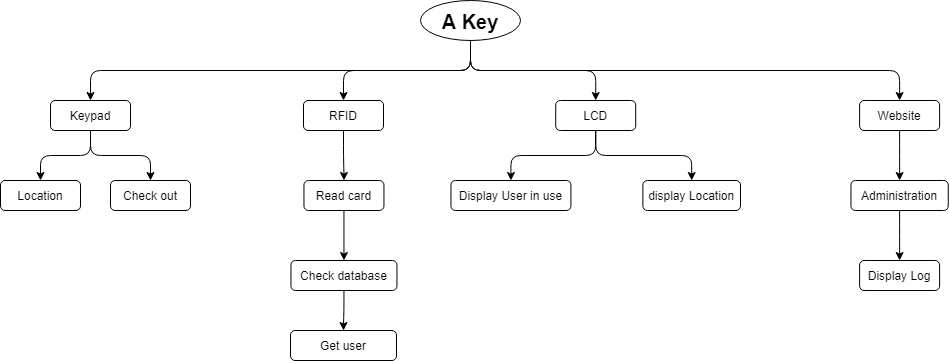
The draw.io diagram AKeyHipo.png in 0code1/CardReader, before a commit. Source tidied: cells renumbered, new cells last; positions are measured from the earlier drawing's top-left corner, leaving out a move shared by most shapes. Its diagram source:
```xml
<mxGraphModel>
  <root>
    <mxCell id="0" />
    <mxCell id="1" parent="0" />
    <mxCell id="2" value="A Key" style="ellipse;fontSize=20;fontStyle=1;" parent="1" vertex="1">
      <mxGeometry x="420" width="100" height="40" as="geometry" />
    </mxCell>
    <mxCell id="3" value="LCD" style="rounded=1;" parent="1" vertex="1">
      <mxGeometry x="555.2" y="100" width="80" height="30" as="geometry" />
    </mxCell>
    <mxCell id="4" style="edgeStyle=elbowEdgeStyle;elbow=vertical;exitX=0.5;exitY=1;exitDx=0;exitDy=0;" parent="1" edge="1" source="2" target="3">
      <mxGeometry relative="1" as="geometry" />
    </mxCell>
    <mxCell id="5" value="Display User in use" style="rounded=1;" parent="1" vertex="1">
      <mxGeometry x="450.5" y="180" width="120" height="30" as="geometry" />
    </mxCell>
    <mxCell id="6" style="edgeStyle=elbowEdgeStyle;elbow=vertical;" parent="1" edge="1" source="3" target="5">
      <mxGeometry relative="1" as="geometry" />
    </mxCell>
    <mxCell id="7" value="Keypad" style="rounded=1;" parent="1" vertex="1">
      <mxGeometry x="50" y="100" width="80" height="30" as="geometry" />
    </mxCell>
    <mxCell id="8" style="edgeStyle=elbowEdgeStyle;elbow=vertical;exitX=0.5;exitY=1;exitDx=0;exitDy=0;" parent="1" edge="1" source="2" target="7">
      <mxGeometry relative="1" as="geometry" />
    </mxCell>
    <mxCell id="9" value="RFID" style="rounded=1;" parent="1" vertex="1">
      <mxGeometry x="303" y="100" width="80" height="30" as="geometry" />
    </mxCell>
    <mxCell id="10" style="edgeStyle=elbowEdgeStyle;elbow=vertical;exitX=0.5;exitY=1;exitDx=0;exitDy=0;" parent="1" edge="1" source="2" target="9">
      <mxGeometry relative="1" as="geometry" />
    </mxCell>
    <mxCell id="11" value="display Location" style="rounded=1;" parent="1" vertex="1">
      <mxGeometry x="642.4" y="180" width="97.6" height="30" as="geometry" />
    </mxCell>
    <mxCell id="12" style="edgeStyle=elbowEdgeStyle;elbow=vertical;" parent="1" edge="1" source="3" target="11">
      <mxGeometry relative="1" as="geometry" />
    </mxCell>
    <mxCell id="13" value="Location" style="rounded=1;" parent="1" vertex="1">
      <mxGeometry y="180" width="80" height="30" as="geometry" />
    </mxCell>
    <mxCell id="14" style="edgeStyle=elbowEdgeStyle;elbow=vertical;entryX=0.5;entryY=0;entryDx=0;entryDy=0;" parent="1" edge="1" source="7" target="13">
      <mxGeometry relative="1" as="geometry" />
    </mxCell>
    <mxCell id="15" value="Check out" style="rounded=1;" parent="1" vertex="1">
      <mxGeometry x="110" y="180" width="80" height="30" as="geometry" />
    </mxCell>
    <mxCell id="16" style="edgeStyle=elbowEdgeStyle;elbow=vertical;" parent="1" edge="1" source="7" target="15">
      <mxGeometry relative="1" as="geometry" />
    </mxCell>
    <mxCell id="17" value="Read card" style="rounded=1;" parent="1" vertex="1">
      <mxGeometry x="303.5" y="180" width="80" height="30" as="geometry" />
    </mxCell>
    <mxCell id="18" style="edgeStyle=elbowEdgeStyle;elbow=vertical;exitX=0.5;exitY=1;exitDx=0;exitDy=0;" parent="1" edge="1" source="9" target="17">
      <mxGeometry relative="1" as="geometry" />
    </mxCell>
    <mxCell id="19" value="Check database" style="rounded=1;" parent="1" vertex="1">
      <mxGeometry x="290.5" y="260" width="106" height="30" as="geometry" />
    </mxCell>
    <mxCell id="20" style="edgeStyle=elbowEdgeStyle;elbow=vertical;exitX=0.5;exitY=1;exitDx=0;exitDy=0;" parent="1" edge="1" source="17" target="19">
      <mxGeometry relative="1" as="geometry" />
    </mxCell>
    <mxCell id="21" value="Website" style="rounded=1;" parent="1" vertex="1">
      <mxGeometry x="859.1" y="100" width="80" height="30" as="geometry" />
    </mxCell>
    <mxCell id="22" style="edgeStyle=elbowEdgeStyle;elbow=vertical;exitX=0.5;exitY=1;exitDx=0;exitDy=0;" parent="1" edge="1" source="2" target="21">
      <mxGeometry relative="1" as="geometry" />
    </mxCell>
    <mxCell id="23" value="Administration" style="rounded=1;" parent="1" vertex="1">
      <mxGeometry x="850.5" y="180" width="97.3" height="30" as="geometry" />
    </mxCell>
    <mxCell id="24" style="edgeStyle=elbowEdgeStyle;elbow=vertical;" parent="1" edge="1" source="21" target="23">
      <mxGeometry relative="1" as="geometry" />
    </mxCell>
    <mxCell id="25" value="Display Log" style="rounded=1;" parent="1" vertex="1">
      <mxGeometry x="859.1" y="260" width="80" height="30" as="geometry" />
    </mxCell>
    <mxCell id="26" style="edgeStyle=elbowEdgeStyle;elbow=vertical;exitX=0.5;exitY=1;exitDx=0;exitDy=0;" parent="1" edge="1" source="23" target="25">
      <mxGeometry relative="1" as="geometry" />
    </mxCell>
    <mxCell id="27" value="Get user" style="rounded=1;" parent="1" vertex="1">
      <mxGeometry x="290" y="330" width="106" height="30" as="geometry" />
    </mxCell>
    <mxCell id="28" style="edgeStyle=elbowEdgeStyle;elbow=vertical;exitX=0.5;exitY=1;exitDx=0;exitDy=0;" parent="1" edge="1" source="19" target="27">
      <mxGeometry relative="1" as="geometry" />
    </mxCell>
  </root>
</mxGraphModel>
```
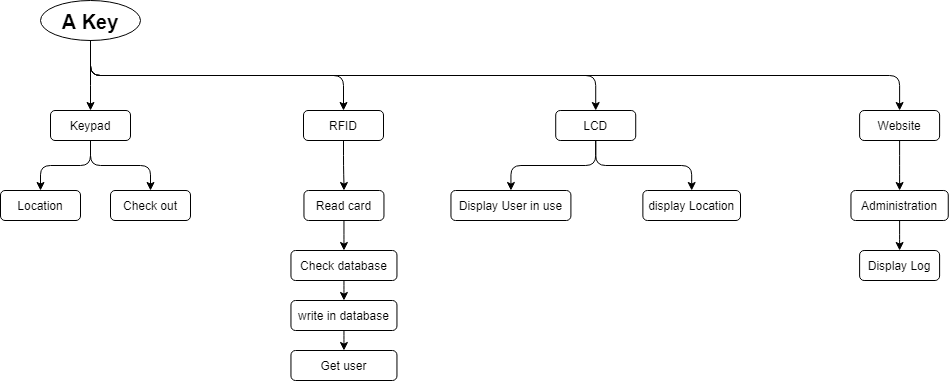
The same diagram one commit later.

The edit, as a diff of the source:
```diff
@@ -3,7 +3,7 @@
     <mxCell id="0" />
     <mxCell id="1" parent="0" />
     <mxCell id="2" value="A Key" style="ellipse;fontSize=20;fontStyle=1;" parent="1" vertex="1">
-      <mxGeometry x="420" width="100" height="40" as="geometry" />
+      <mxGeometry x="40" y="-10" width="100" height="40" as="geometry" />
     </mxCell>
     <mxCell id="3" value="LCD" style="rounded=1;" parent="1" vertex="1">
       <mxGeometry x="555.2" y="100" width="80" height="30" as="geometry" />
@@ -54,7 +54,7 @@
       <mxGeometry relative="1" as="geometry" />
     </mxCell>
     <mxCell id="19" value="Check database" style="rounded=1;" parent="1" vertex="1">
-      <mxGeometry x="290.5" y="260" width="106" height="30" as="geometry" />
+      <mxGeometry x="290.5" y="240" width="106" height="30" as="geometry" />
     </mxCell>
     <mxCell id="20" style="edgeStyle=elbowEdgeStyle;elbow=vertical;exitX=0.5;exitY=1;exitDx=0;exitDy=0;" parent="1" edge="1" source="17" target="19">
       <mxGeometry relative="1" as="geometry" />
@@ -72,16 +72,22 @@
       <mxGeometry relative="1" as="geometry" />
     </mxCell>
     <mxCell id="25" value="Display Log" style="rounded=1;" parent="1" vertex="1">
-      <mxGeometry x="859.1" y="260" width="80" height="30" as="geometry" />
+      <mxGeometry x="859.1" y="240" width="80" height="30" as="geometry" />
     </mxCell>
     <mxCell id="26" style="edgeStyle=elbowEdgeStyle;elbow=vertical;exitX=0.5;exitY=1;exitDx=0;exitDy=0;" parent="1" edge="1" source="23" target="25">
       <mxGeometry relative="1" as="geometry" />
     </mxCell>
     <mxCell id="27" value="Get user" style="rounded=1;" parent="1" vertex="1">
-      <mxGeometry x="290" y="330" width="106" height="30" as="geometry" />
+      <mxGeometry x="290.5" y="340" width="106" height="30" as="geometry" />
     </mxCell>
-    <mxCell id="28" style="edgeStyle=elbowEdgeStyle;elbow=vertical;exitX=0.5;exitY=1;exitDx=0;exitDy=0;" parent="1" edge="1" source="19" target="27">
+    <mxCell id="28" style="edgeStyle=elbowEdgeStyle;elbow=vertical;exitX=0.5;exitY=1;exitDx=0;exitDy=0;" parent="1" edge="1" source="19" target="29">
       <mxGeometry relative="1" as="geometry" />
     </mxCell>
+    <mxCell id="29" value="write in database" style="rounded=1;" parent="1" vertex="1">
+      <mxGeometry x="290.5" y="290" width="106" height="30" as="geometry" />
+    </mxCell>
+    <mxCell id="30" style="edgeStyle=elbowEdgeStyle;elbow=vertical;exitX=0.5;exitY=1;exitDx=0;exitDy=0;entryX=0.5;entryY=0;entryDx=0;entryDy=0;" parent="1" edge="1" source="29" target="27">
+      <mxGeometry relative="1" as="geometry" />
+    </mxCell>
   </root>
 </mxGraphModel>
```
